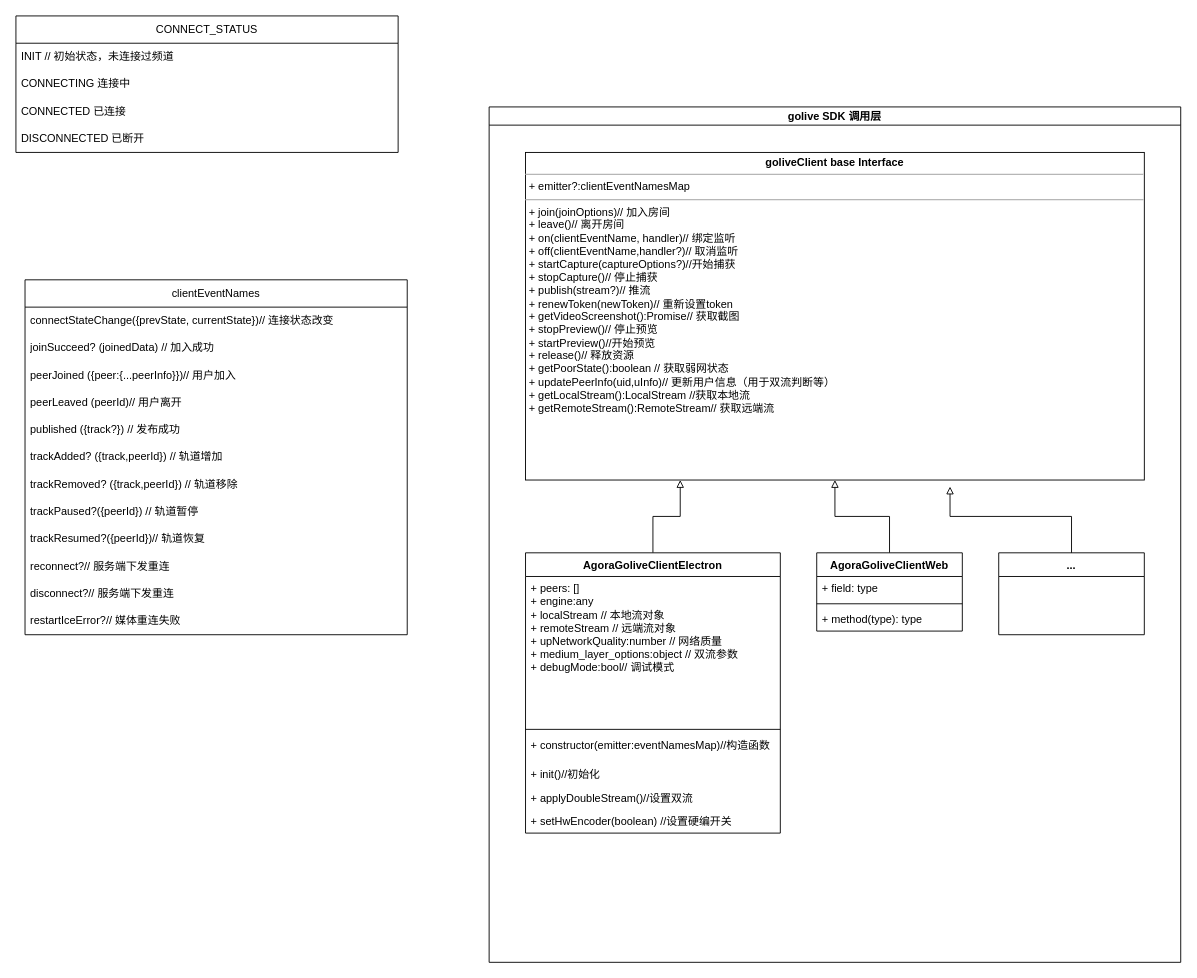
This is golive接口类.drawio from ccccccp/draw-io, a draw.io file, before an edit. Source tidied: cells renumbered, new cells numbered last; positions are measured from the earlier drawing's top-left corner, leaving out a move shared by most shapes. Both pictures are drawn from the tidied source at 91%, with x=0, y=0 at pixel (15, 15).
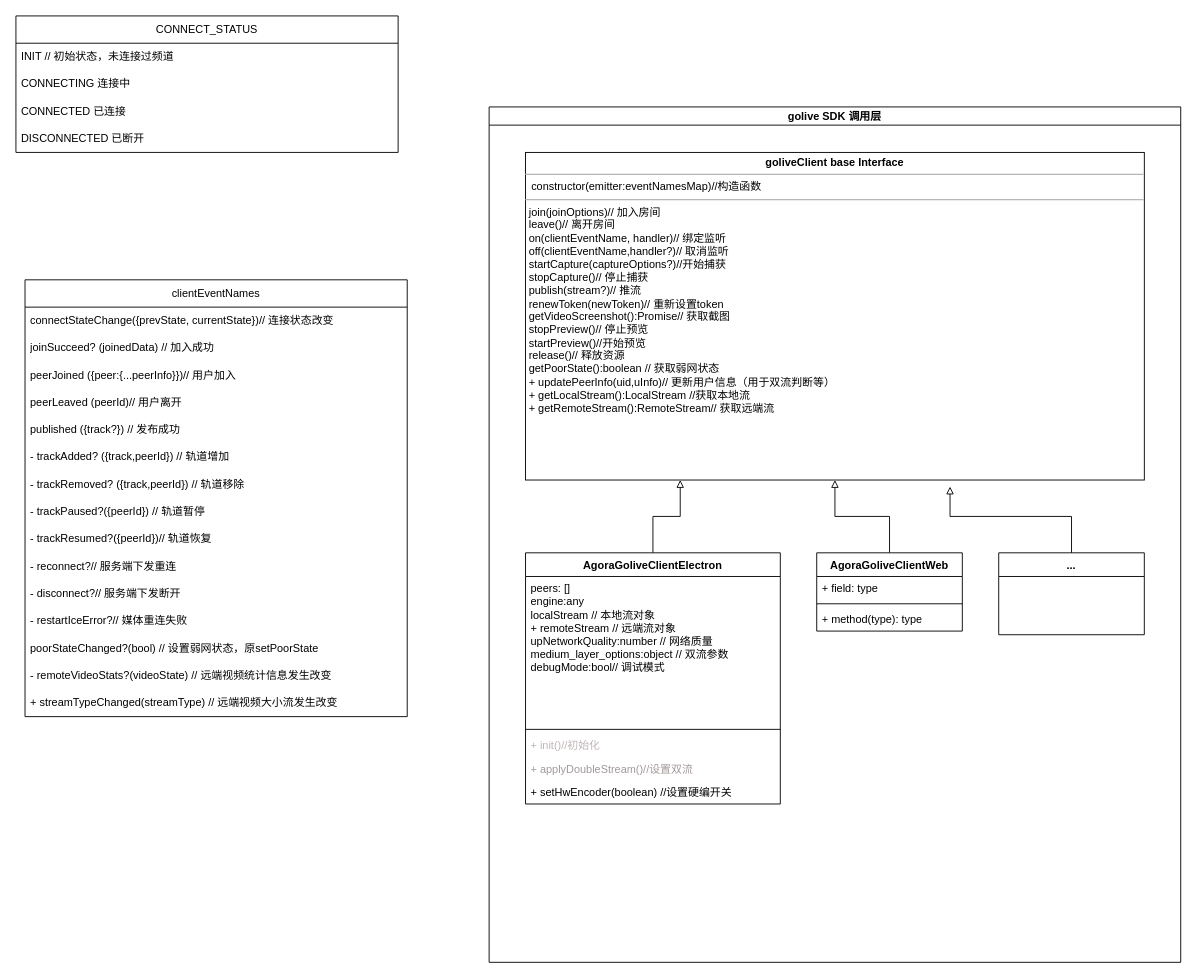
Above is the later version.

Commit message:
更新golive接口类.drawio

The change refers to these unchanged cells:
```xml
<mxCell id="2" value="golive SDK 调用层" style="swimlane;startSize=20;horizontal=1;containerType=tree;" parent="1" vertex="1">
  <mxGeometry x="520" y="100" width="760" height="940" as="geometry" />
</mxCell>
```

The edit, as a diff of the source:
```diff
@@
-    <mxCell id="3" value="&lt;p style=&quot;margin:0px;margin-top:4px;text-align:center;&quot;&gt;&lt;b&gt;goliveClient base Interface&lt;/b&gt;&lt;/p&gt;&lt;hr size=&quot;1&quot;&gt;&lt;p style=&quot;margin:0px;margin-left:4px;&quot;&gt;+ emitter?:clientEventNamesMap&lt;br&gt;&lt;/p&gt;&lt;hr size=&quot;1&quot;&gt;&lt;p style=&quot;margin:0px;margin-left:4px;&quot;&gt;+ join(joinOptions)// 加入房间&lt;br&gt;+ leave()// 离开房间&lt;/p&gt;&lt;p style=&quot;margin:0px;margin-left:4px;&quot;&gt;+ on(clientEventName, handler)// 绑定监听&lt;/p&gt;&lt;p style=&quot;margin:0px;margin-left:4px;&quot;&gt;+ off(clientEventName,handler?)// 取消监听&lt;/p&gt;&lt;p style=&quot;margin:0px;margin-left:4px;&quot;&gt;+ startCapture(captureOptions?)//开始捕获&lt;/p&gt;&lt;p style=&quot;margin:0px;margin-left:4px;&quot;&gt;+ stopCapture()// 停止捕获&lt;/p&gt;&lt;p style=&quot;margin:0px;margin-left:4px;&quot;&gt;+ publish(stream?)// 推流&lt;/p&gt;&lt;p style=&quot;margin:0px;margin-left:4px;&quot;&gt;+ renewToken(newToken)// 重新设置token&lt;/p&gt;&lt;p style=&quot;margin:0px;margin-left:4px;&quot;&gt;+&amp;nbsp;getVideoScreenshot():Promise// 获取截图&lt;/p&gt;&lt;p style=&quot;margin:0px;margin-left:4px;&quot;&gt;+ stopPreview()// 停止预览&lt;/p&gt;&lt;p style=&quot;margin:0px;margin-left:4px;&quot;&gt;+ startPreview()//开始预览&lt;/p&gt;&lt;p style=&quot;margin:0px;margin-left:4px;&quot;&gt;+ release()// 释放资源&lt;/p&gt;&lt;p style=&quot;margin:0px;margin-left:4px;&quot;&gt;+&amp;nbsp;getPoorState():boolean // 获取弱网状态&lt;br&gt;&lt;/p&gt;&lt;p style=&quot;margin:0px;margin-left:4px;&quot;&gt;+ updatePeerInfo(uid,uInfo)// 更新用户信息（用于双流判断等）&lt;/p&gt;&lt;p style=&quot;margin:0px;margin-left:4px;&quot;&gt;+ getLocalStream():LocalStream //获取本地流&lt;/p&gt;&lt;p style=&quot;margin:0px;margin-left:4px;&quot;&gt;+ getRemoteStream():RemoteStream// 获取远端流&lt;/p&gt;" style="verticalAlign=top;align=left;overflow=fill;fontSize=12;fontFamily=Helvetica;html=1;whiteSpace=wrap;" parent="2" vertex="1">
+    <mxCell id="3" value="&lt;p style=&quot;margin:0px;margin-top:4px;text-align:center;&quot;&gt;&lt;b&gt;goliveClient base Interface&lt;/b&gt;&lt;/p&gt;&lt;hr size=&quot;1&quot;&gt;&lt;p style=&quot;margin:0px;margin-left:4px;&quot;&gt;&lt;/p&gt;&amp;nbsp; constructor(emitter:eventNamesMap)//构造函数&lt;hr size=&quot;1&quot;&gt;&lt;p style=&quot;margin:0px;margin-left:4px;&quot;&gt;join(joinOptions)// 加入房间&lt;br&gt;leave()// 离开房间&lt;/p&gt;&lt;p style=&quot;margin:0px;margin-left:4px;&quot;&gt;on(clientEventName, handler)// 绑定监听&lt;/p&gt;&lt;p style=&quot;margin:0px;margin-left:4px;&quot;&gt;off(clientEventName,handler?)// 取消监听&lt;/p&gt;&lt;p style=&quot;margin:0px;margin-left:4px;&quot;&gt;startCapture(captureOptions?)//开始捕获&lt;/p&gt;&lt;p style=&quot;margin:0px;margin-left:4px;&quot;&gt;stopCapture()// 停止捕获&lt;/p&gt;&lt;p style=&quot;margin:0px;margin-left:4px;&quot;&gt;publish(stream?)// 推流&lt;/p&gt;&lt;p style=&quot;margin:0px;margin-left:4px;&quot;&gt;renewToken(newToken)// 重新设置token&lt;/p&gt;&lt;p style=&quot;margin:0px;margin-left:4px;&quot;&gt;getVideoScreenshot():Promise// 获取截图&lt;/p&gt;&lt;p style=&quot;margin:0px;margin-left:4px;&quot;&gt;stopPreview()// 停止预览&lt;/p&gt;&lt;p style=&quot;margin:0px;margin-left:4px;&quot;&gt;startPreview()//开始预览&lt;/p&gt;&lt;p style=&quot;margin:0px;margin-left:4px;&quot;&gt;release()// 释放资源&lt;/p&gt;&lt;p style=&quot;margin:0px;margin-left:4px;&quot;&gt;getPoorState():boolean // 获取弱网状态&lt;br&gt;&lt;/p&gt;&lt;p style=&quot;margin:0px;margin-left:4px;&quot;&gt;+ updatePeerInfo(uid,uInfo)// 更新用户信息（用于双流判断等）&lt;/p&gt;&lt;p style=&quot;margin:0px;margin-left:4px;&quot;&gt;+ getLocalStream():LocalStream //获取本地流&lt;/p&gt;&lt;p style=&quot;margin:0px;margin-left:4px;&quot;&gt;+ getRemoteStream():RemoteStream// 获取远端流&lt;/p&gt;" style="verticalAlign=top;align=left;overflow=fill;fontSize=12;fontFamily=Helvetica;html=1;whiteSpace=wrap;" parent="2" vertex="1">
       <mxGeometry x="40" y="50" width="680" height="360" as="geometry" />
     </mxCell>
@@
     <mxCell id="5" value="AgoraGoliveClientElectron" style="swimlane;fontStyle=1;align=center;verticalAlign=top;horizontal=1;startSize=26;whiteSpace=wrap;html=1;" parent="2" vertex="1">
-      <mxGeometry x="40" y="490" width="280" height="308" as="geometry" />
+      <mxGeometry x="40" y="490" width="280" height="276" as="geometry" />
     </mxCell>
-    <mxCell id="6" value="+ peers: []&lt;br&gt;+ engine:any&lt;br&gt;+ localStream // 本地流对象&lt;br&gt;+ remoteStream // 远端流对象&lt;br&gt;+ upNetworkQuality:number // 网络质量&lt;br&gt;+&amp;nbsp;medium_layer_options:object // 双流参数&lt;br&gt;+&amp;nbsp;debugMode:bool// 调试模式" style="text;strokeColor=none;fillColor=none;align=left;verticalAlign=top;spacingLeft=4;spacingRight=4;overflow=hidden;whiteSpace=wrap;html=1;" parent="5" vertex="1">
+    <mxCell id="6" value="peers: []&lt;br&gt;engine:any&lt;br&gt;localStream // 本地流对象&lt;br&gt;+ remoteStream // 远端流对象&lt;br&gt;upNetworkQuality:number // 网络质量&lt;br&gt;medium_layer_options:object // 双流参数&lt;br&gt;debugMode:bool// 调试模式" style="text;strokeColor=none;fillColor=none;align=left;verticalAlign=top;spacingLeft=4;spacingRight=4;overflow=hidden;whiteSpace=wrap;html=1;" parent="5" vertex="1">
       <mxGeometry y="26" width="280" height="164" as="geometry" />
     </mxCell>
@@
-    <mxCell id="8" value="+ constructor&lt;span style=&quot;background-color: initial;&quot;&gt;(emitter:eventNamesMap)//构造函数&lt;/span&gt;" style="text;strokeColor=none;fillColor=none;align=left;verticalAlign=top;spacingLeft=4;spacingRight=4;overflow=hidden;whiteSpace=wrap;html=1;" parent="5" vertex="1">
-      <mxGeometry y="198" width="280" height="32" as="geometry" />
-    </mxCell>
-    <mxCell id="9" value="+ init&lt;span style=&quot;background-color: initial;&quot;&gt;()//初始化&lt;/span&gt;" style="text;strokeColor=none;fillColor=none;align=left;verticalAlign=top;spacingLeft=4;spacingRight=4;overflow=hidden;whiteSpace=wrap;html=1;" parent="5" vertex="1">
-      <mxGeometry y="230" width="280" height="26" as="geometry" />
+    <mxCell id="9" value="&lt;font color=&quot;#c0b4b4&quot;&gt;+ init&lt;span style=&quot;background-color: initial;&quot;&gt;()//初始化&lt;/span&gt;&lt;/font&gt;" style="text;strokeColor=none;fillColor=none;align=left;verticalAlign=top;spacingLeft=4;spacingRight=4;overflow=hidden;whiteSpace=wrap;html=1;" parent="5" vertex="1">
+      <mxGeometry y="198" width="280" height="26" as="geometry" />
     </mxCell>
-    <mxCell id="10" value="+&amp;nbsp;applyDoubleStream()//设置双流" style="text;strokeColor=none;fillColor=none;align=left;verticalAlign=top;spacingLeft=4;spacingRight=4;overflow=hidden;whiteSpace=wrap;html=1;" parent="5" vertex="1">
-      <mxGeometry y="256" width="280" height="26" as="geometry" />
+    <mxCell id="10" value="&lt;font color=&quot;#a39999&quot;&gt;+&amp;nbsp;applyDoubleStream()//设置双流&lt;/font&gt;" style="text;strokeColor=none;fillColor=none;align=left;verticalAlign=top;spacingLeft=4;spacingRight=4;overflow=hidden;whiteSpace=wrap;html=1;" parent="5" vertex="1">
+      <mxGeometry y="224" width="280" height="26" as="geometry" />
     </mxCell>
     <mxCell id="11" value="+&amp;nbsp;setHwEncoder(boolean) //设置硬编开关" style="text;strokeColor=none;fillColor=none;align=left;verticalAlign=top;spacingLeft=4;spacingRight=4;overflow=hidden;whiteSpace=wrap;html=1;" parent="5" vertex="1">
-      <mxGeometry y="282" width="280" height="26" as="geometry" />
+      <mxGeometry y="250" width="280" height="26" as="geometry" />
     </mxCell>
@@
     <mxCell id="19" value="clientEventNames" style="swimlane;fontStyle=0;horizontal=1;startSize=30;whiteSpace=wrap;html=1;" parent="1" vertex="1">
-      <mxGeometry x="10" y="290" width="420" height="390" as="geometry" />
+      <mxGeometry x="10" y="290" width="420" height="480" as="geometry" />
     </mxCell>
@@
-    <mxCell id="25" value="trackAdded? ({track,peerId}) // 轨道增加" style="text;strokeColor=none;fillColor=none;align=left;verticalAlign=middle;spacingLeft=4;spacingRight=4;overflow=hidden;whiteSpace=wrap;html=1;" parent="19" vertex="1">
+    <mxCell id="25" value="- trackAdded? ({track,peerId}) // 轨道增加" style="text;strokeColor=none;fillColor=none;align=left;verticalAlign=middle;spacingLeft=4;spacingRight=4;overflow=hidden;whiteSpace=wrap;html=1;" parent="19" vertex="1">
       <mxGeometry y="180" width="420" height="30" as="geometry" />
     </mxCell>
-    <mxCell id="26" value="trackRemoved? ({track,peerId}) // 轨道移除" style="text;strokeColor=none;fillColor=none;align=left;verticalAlign=middle;spacingLeft=4;spacingRight=4;overflow=hidden;whiteSpace=wrap;html=1;" parent="19" vertex="1">
+    <mxCell id="26" value="- trackRemoved? ({track,peerId}) // 轨道移除" style="text;strokeColor=none;fillColor=none;align=left;verticalAlign=middle;spacingLeft=4;spacingRight=4;overflow=hidden;whiteSpace=wrap;html=1;" parent="19" vertex="1">
       <mxGeometry y="210" width="420" height="30" as="geometry" />
     </mxCell>
-    <mxCell id="27" value="trackPaused?({peerId}) // 轨道暂停" style="text;strokeColor=none;fillColor=none;align=left;verticalAlign=middle;spacingLeft=4;spacingRight=4;overflow=hidden;whiteSpace=wrap;html=1;" parent="19" vertex="1">
+    <mxCell id="27" value="- trackPaused?({peerId}) // 轨道暂停" style="text;strokeColor=none;fillColor=none;align=left;verticalAlign=middle;spacingLeft=4;spacingRight=4;overflow=hidden;whiteSpace=wrap;html=1;" parent="19" vertex="1">
       <mxGeometry y="240" width="420" height="30" as="geometry" />
     </mxCell>
-    <mxCell id="28" value="trackResumed?({peerId})// 轨道恢复" style="text;strokeColor=none;fillColor=none;align=left;verticalAlign=middle;spacingLeft=4;spacingRight=4;overflow=hidden;whiteSpace=wrap;html=1;" parent="19" vertex="1">
+    <mxCell id="28" value="- trackResumed?({peerId})// 轨道恢复" style="text;strokeColor=none;fillColor=none;align=left;verticalAlign=middle;spacingLeft=4;spacingRight=4;overflow=hidden;whiteSpace=wrap;html=1;" parent="19" vertex="1">
       <mxGeometry y="270" width="420" height="30" as="geometry" />
     </mxCell>
-    <mxCell id="29" value="reconnect?// 服务端下发重连" style="text;strokeColor=none;fillColor=none;align=left;verticalAlign=middle;spacingLeft=4;spacingRight=4;overflow=hidden;whiteSpace=wrap;html=1;" parent="19" vertex="1">
+    <mxCell id="29" value="- reconnect?// 服务端下发重连" style="text;strokeColor=none;fillColor=none;align=left;verticalAlign=middle;spacingLeft=4;spacingRight=4;overflow=hidden;whiteSpace=wrap;html=1;" parent="19" vertex="1">
       <mxGeometry y="300" width="420" height="30" as="geometry" />
     </mxCell>
-    <mxCell id="30" value="disconnect?// 服务端下发重连" style="text;strokeColor=none;fillColor=none;align=left;verticalAlign=middle;spacingLeft=4;spacingRight=4;overflow=hidden;whiteSpace=wrap;html=1;" parent="19" vertex="1">
+    <mxCell id="30" value="- disconnect?// 服务端下发断开" style="text;strokeColor=none;fillColor=none;align=left;verticalAlign=middle;spacingLeft=4;spacingRight=4;overflow=hidden;whiteSpace=wrap;html=1;" parent="19" vertex="1">
       <mxGeometry y="330" width="420" height="30" as="geometry" />
     </mxCell>
-    <mxCell id="31" value="restartIceError?// 媒体重连失败" style="text;strokeColor=none;fillColor=none;align=left;verticalAlign=middle;spacingLeft=4;spacingRight=4;overflow=hidden;whiteSpace=wrap;html=1;" parent="19" vertex="1">
+    <mxCell id="31" value="- restartIceError?// 媒体重连失败" style="text;strokeColor=none;fillColor=none;align=left;verticalAlign=middle;spacingLeft=4;spacingRight=4;overflow=hidden;whiteSpace=wrap;html=1;" parent="19" vertex="1">
       <mxGeometry y="360" width="420" height="30" as="geometry" />
     </mxCell>
+    <mxCell id="37" value="poorStateChanged?(bool) // 设置弱网状态，原setPoorState" style="text;strokeColor=none;fillColor=none;align=left;verticalAlign=middle;spacingLeft=4;spacingRight=4;overflow=hidden;whiteSpace=wrap;html=1;" parent="19" vertex="1">
+      <mxGeometry y="390" width="420" height="30" as="geometry" />
+    </mxCell>
+    <mxCell id="38" value="- remoteVideoStats?(videoState) // 远端视频统计信息发生改变" style="text;strokeColor=none;fillColor=none;align=left;verticalAlign=middle;spacingLeft=4;spacingRight=4;overflow=hidden;whiteSpace=wrap;html=1;" parent="19" vertex="1">
+      <mxGeometry y="420" width="420" height="30" as="geometry" />
+    </mxCell>
+    <mxCell id="39" value="+ streamTypeChanged(streamType) // 远端视频大小流发生改变" style="text;strokeColor=none;fillColor=none;align=left;verticalAlign=middle;spacingLeft=4;spacingRight=4;overflow=hidden;whiteSpace=wrap;html=1;" parent="19" vertex="1">
+      <mxGeometry y="450" width="420" height="30" as="geometry" />
+    </mxCell>
```
